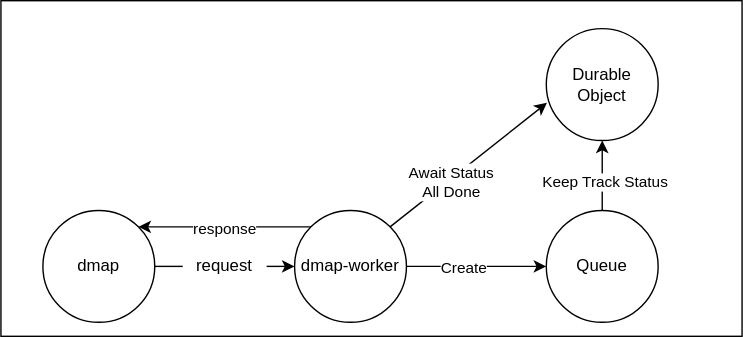
Before: public/graph.drawio.svg, a diagram exported from draw.io (janwilmake/fetch-each). Source tidied: cells renumbered, new cells last; positions are measured from the earlier drawing's top-left corner, leaving out a move shared by most shapes.
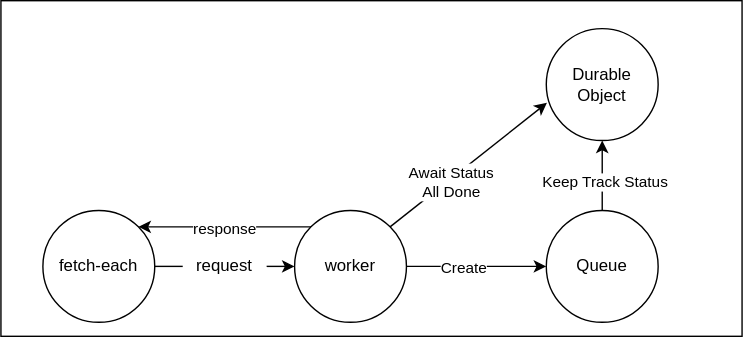
After the commit.

Diff of the diagram source:
```diff
@@ -8,7 +8,7 @@
     <mxCell id="3" style="edgeStyle=none;html=1;exitX=1;exitY=0.5;exitDx=0;exitDy=0;entryX=0;entryY=0.5;entryDx=0;entryDy=0;startArrow=none;" parent="1" edge="1" source="13" target="11">
       <mxGeometry relative="1" as="geometry" />
     </mxCell>
-    <mxCell id="4" value="dmap" style="ellipse;whiteSpace=wrap;html=1;" parent="1" vertex="1">
+    <mxCell id="4" value="fetch-each" style="ellipse;whiteSpace=wrap;html=1;" parent="1" vertex="1">
       <mxGeometry x="30" y="150" width="80" height="80" as="geometry" />
     </mxCell>
     <mxCell id="5" style="edgeStyle=none;html=1;exitX=1;exitY=0.5;exitDx=0;exitDy=0;entryX=0;entryY=0.5;entryDx=0;entryDy=0;" parent="1" edge="1" source="11" target="16">
@@ -33,7 +33,7 @@
         <mxPoint x="13" as="offset" />
       </mxGeometry>
     </mxCell>
-    <mxCell id="11" value="dmap-worker" style="ellipse;whiteSpace=wrap;html=1;" parent="1" vertex="1">
+    <mxCell id="11" value="worker" style="ellipse;whiteSpace=wrap;html=1;" parent="1" vertex="1">
       <mxGeometry x="210" y="150" width="80" height="80" as="geometry" />
     </mxCell>
     <mxCell id="12" style="edgeStyle=none;html=1;exitX=1;exitY=0.5;exitDx=0;exitDy=0;entryX=0;entryY=0.5;entryDx=0;entryDy=0;endArrow=none;" parent="1" edge="1" source="4" target="13">
```
